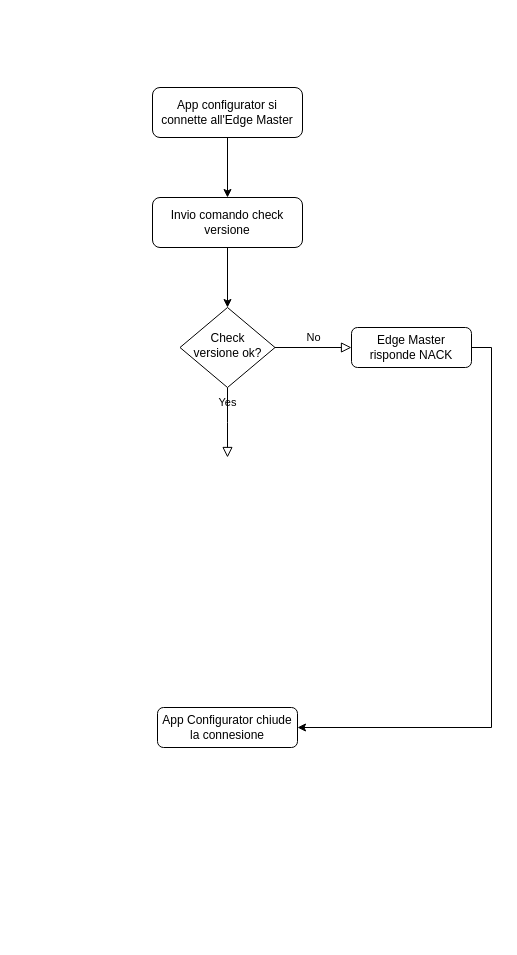
maius91/maius91 keeps this draw.io diagram as page "Page-1" (1 of 2) of Deploy semplice.drawio. Above is the earlier version. Source tidied: cells renumbered, new cells numbered last; positions are measured from the earlier drawing's top-left corner, leaving out a move shared by most shapes. Both pictures are drawn from the tidied source at 100%, with x=0, y=0 at pixel (152, 87).
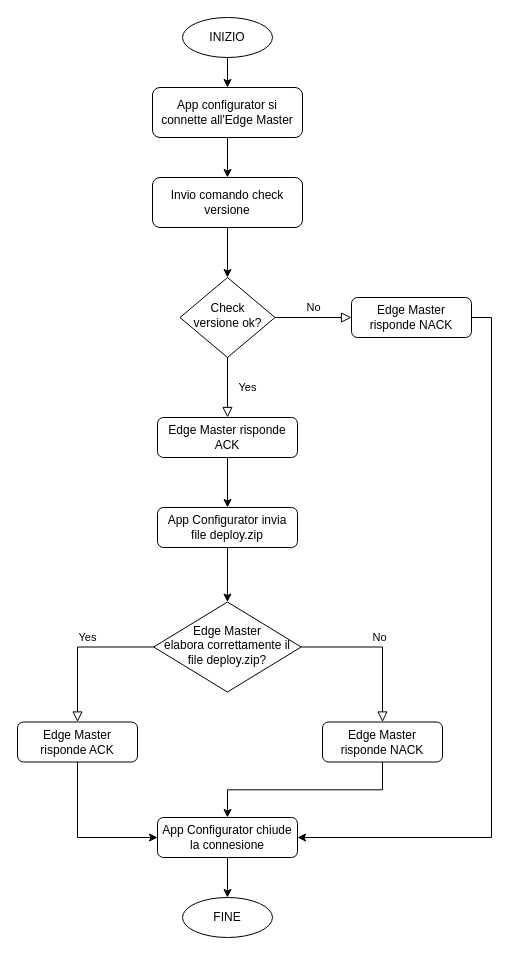
After the change.

Unchanged cells that the change refers to:
```xml
<mxCell id="3" value="App configurator si connette all'Edge Master" style="rounded=1;whiteSpace=wrap;html=1;fontSize=12;glass=0;strokeWidth=1;shadow=0;" parent="1" vertex="1">
  <mxGeometry width="150" height="50" as="geometry" />
</mxCell>
```

The edit, as a diff of the source:
```diff
@@
-    <mxCell id="4" value="Yes" style="rounded=0;html=1;jettySize=auto;fontSize=11;endArrow=block;endFill=0;endSize=8;strokeWidth=1;shadow=0;labelBackgroundColor=none;edgeStyle=orthogonalEdgeStyle;" parent="1" edge="1" source="6">
-      <mxGeometry y="20" relative="1" as="geometry">
-        <mxPoint x="75" y="370" as="targetPoint" />
-      </mxGeometry>
-    </mxCell>
@@
     <mxCell id="6" value="Check &lt;br&gt;versione ok?" style="rhombus;whiteSpace=wrap;html=1;shadow=0;fontFamily=Helvetica;fontSize=12;align=center;strokeWidth=1;spacing=6;spacingTop=-4;" parent="1" vertex="1">
-      <mxGeometry x="27.5" y="220" width="95" height="80" as="geometry" />
+      <mxGeometry x="27.5" y="190" width="95" height="80" as="geometry" />
     </mxCell>
@@
     <mxCell id="8" value="Edge Master &lt;br&gt;risponde NACK" style="rounded=1;whiteSpace=wrap;html=1;fontSize=12;glass=0;strokeWidth=1;shadow=0;" parent="1" vertex="1">
-      <mxGeometry x="199" y="240" width="120" height="40" as="geometry" />
+      <mxGeometry x="199" y="210" width="120" height="40" as="geometry" />
     </mxCell>
+    <mxCell id="12" style="edgeStyle=orthogonalEdgeStyle;rounded=0;jettySize=auto;html=1;exitX=0.5;exitY=1;exitDx=0;exitDy=0;endArrow=classic;endFill=1;" parent="1" edge="1" source="9" target="25">
+      <mxGeometry relative="1" as="geometry" />
+    </mxCell>
     <mxCell id="9" value="App Configurator chiude la connesione" style="rounded=1;whiteSpace=wrap;html=1;fontSize=12;glass=0;strokeWidth=1;shadow=0;" parent="1" vertex="1">
-      <mxGeometry x="5" y="620" width="140" height="40" as="geometry" />
+      <mxGeometry x="5" y="730" width="140" height="40" as="geometry" />
     </mxCell>
@@
     <mxCell id="11" value="Invio comando check versione" style="rounded=1;whiteSpace=wrap;html=1;fontSize=12;glass=0;strokeWidth=1;shadow=0;" parent="1" vertex="1">
-      <mxGeometry y="110" width="150" height="50" as="geometry" />
+      <mxGeometry y="90" width="150" height="50" as="geometry" />
     </mxCell>
+    <mxCell id="13" style="edgeStyle=orthogonalEdgeStyle;rounded=0;jettySize=auto;html=1;exitX=0.5;exitY=1;exitDx=0;exitDy=0;entryX=0.5;entryY=0;entryDx=0;entryDy=0;" parent="1" edge="1" source="14" target="18">
+      <mxGeometry relative="1" as="geometry" />
+    </mxCell>
+    <mxCell id="14" value="App Configurator invia &lt;br&gt;file deploy.zip" style="rounded=1;whiteSpace=wrap;html=1;fontSize=12;glass=0;strokeWidth=1;shadow=0;" parent="1" vertex="1">
+      <mxGeometry x="5" y="420" width="140" height="40" as="geometry" />
+    </mxCell>
+    <mxCell id="15" value="Yes" style="rounded=0;html=1;jettySize=auto;fontSize=11;endArrow=block;endFill=0;endSize=8;strokeWidth=1;shadow=0;labelBackgroundColor=none;edgeStyle=orthogonalEdgeStyle;exitX=0.5;exitY=1;exitDx=0;exitDy=0;entryX=0.5;entryY=0;entryDx=0;entryDy=0;" parent="1" edge="1" source="6" target="17">
+      <mxGeometry y="20" relative="1" as="geometry" />
+    </mxCell>
+    <mxCell id="16" style="edgeStyle=orthogonalEdgeStyle;rounded=0;jettySize=auto;html=1;exitX=0.5;exitY=1;exitDx=0;exitDy=0;entryX=0.5;entryY=0;entryDx=0;entryDy=0;" parent="1" edge="1" source="17" target="14">
+      <mxGeometry relative="1" as="geometry" />
+    </mxCell>
+    <mxCell id="17" value="Edge Master risponde ACK" style="rounded=1;whiteSpace=wrap;html=1;fontSize=12;glass=0;strokeWidth=1;shadow=0;" parent="1" vertex="1">
+      <mxGeometry x="5" y="330" width="140" height="40" as="geometry" />
+    </mxCell>
+    <mxCell id="18" value="Edge Master &lt;br&gt;elabora correttamente il file deploy.zip?" style="rhombus;whiteSpace=wrap;html=1;shadow=0;fontFamily=Helvetica;fontSize=12;align=center;strokeWidth=1;spacing=6;spacingTop=-4;" parent="1" vertex="1">
+      <mxGeometry x="1.2" y="514.5" width="147.5" height="90" as="geometry" />
+    </mxCell>
+    <mxCell id="19" value="No" style="edgeStyle=orthogonalEdgeStyle;rounded=0;jettySize=auto;fontSize=11;endArrow=block;endFill=0;endSize=8;strokeWidth=1;shadow=0;labelBackgroundColor=none;html=1;exitX=1;exitY=0.5;exitDx=0;exitDy=0;entryX=0.5;entryY=0;entryDx=0;entryDy=0;" parent="1" edge="1" source="18" target="21">
+      <mxGeometry y="10" relative="1" as="geometry" />
+    </mxCell>
+    <mxCell id="20" style="edgeStyle=orthogonalEdgeStyle;rounded=0;jettySize=auto;html=1;exitX=0.5;exitY=1;exitDx=0;exitDy=0;entryX=0.5;entryY=0;entryDx=0;entryDy=0;endArrow=classic;endFill=1;" parent="1" edge="1" source="21" target="9">
+      <mxGeometry relative="1" as="geometry" />
+    </mxCell>
+    <mxCell id="21" value="Edge Master &lt;br&gt;risponde NACK" style="rounded=1;whiteSpace=wrap;html=1;fontSize=12;glass=0;strokeWidth=1;shadow=0;" parent="1" vertex="1">
+      <mxGeometry x="170" y="634.5" width="120" height="40" as="geometry" />
+    </mxCell>
+    <mxCell id="22" style="edgeStyle=orthogonalEdgeStyle;rounded=0;jettySize=auto;html=1;entryX=0;entryY=0.5;entryDx=0;entryDy=0;endArrow=classic;endFill=1;exitX=0.5;exitY=1;exitDx=0;exitDy=0;" parent="1" edge="1" source="23" target="9">
+      <mxGeometry relative="1" as="geometry" />
+    </mxCell>
+    <mxCell id="23" value="Edge Master &lt;br&gt;risponde ACK" style="rounded=1;whiteSpace=wrap;html=1;fontSize=12;glass=0;strokeWidth=1;shadow=0;" parent="1" vertex="1">
+      <mxGeometry x="-135" y="634.5" width="120" height="40" as="geometry" />
+    </mxCell>
+    <mxCell id="24" value="Yes" style="edgeStyle=orthogonalEdgeStyle;rounded=0;jettySize=auto;fontSize=11;endArrow=block;endFill=0;endSize=8;strokeWidth=1;shadow=0;labelBackgroundColor=none;html=1;exitX=0;exitY=0.5;exitDx=0;exitDy=0;entryX=0.5;entryY=0;entryDx=0;entryDy=0;verticalAlign=bottom;" parent="1" edge="1" source="18" target="23">
+      <mxGeometry y="10" relative="1" as="geometry">
+        <Array as="points">
+          <mxPoint x="-75" y="559.5" />
+        </Array>
+      </mxGeometry>
+    </mxCell>
+    <mxCell id="25" value="FINE" style="ellipse;whiteSpace=wrap;html=1;" parent="1" vertex="1">
+      <mxGeometry x="30" y="810" width="90" height="40" as="geometry" />
+    </mxCell>
+    <mxCell id="26" style="edgeStyle=orthogonalEdgeStyle;rounded=0;jettySize=auto;html=1;endArrow=classic;endFill=1;" parent="1" edge="1" source="27" target="3">
+      <mxGeometry relative="1" as="geometry" />
+    </mxCell>
+    <mxCell id="27" value="INIZIO" style="ellipse;whiteSpace=wrap;html=1;" parent="1" vertex="1">
+      <mxGeometry x="30" y="-70" width="90" height="40" as="geometry" />
+    </mxCell>
```
